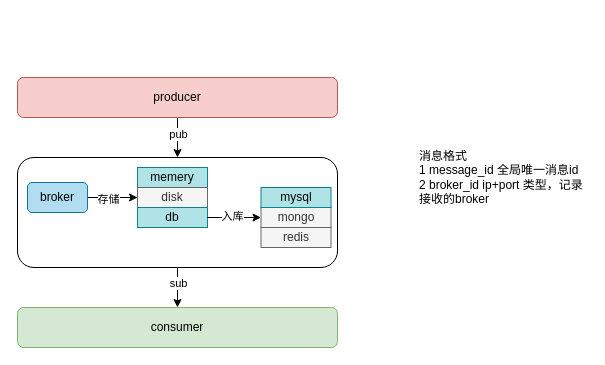
Earlier version of the draw.io diagram jihe/mq/ck-mq.drawio (oliverschen/draw.io). Source tidied: cells renumbered, new cells numbered last; positions are measured from the earlier drawing's top-left corner, leaving out a move shared by most shapes. Both pictures are drawn from the tidied source at 100%, with x=0, y=0 at pixel (17, 77).
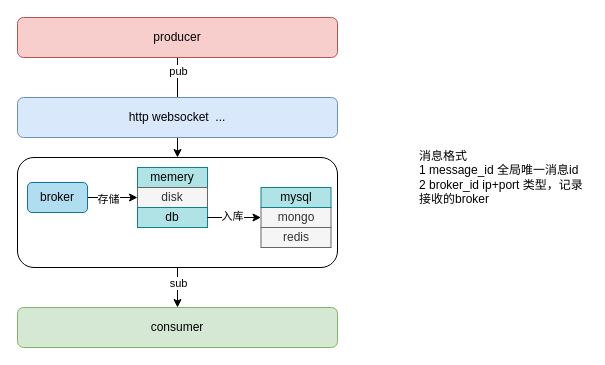
The same diagram, later.

Commit message:
添加网络信息

The change refers to these unchanged cells:
```xml
<mxCell id="6" style="edgeStyle=orthogonalEdgeStyle;rounded=0;jettySize=auto;html=1;" parent="1" edge="1" source="8" target="4">
  <mxGeometry relative="1" as="geometry" />
</mxCell>
```

The edit, as a diff of the source:
```diff
@@
     <mxCell id="7" value="pub" style="edgeLabel;html=1;align=center;verticalAlign=middle;" parent="6" vertex="1">
       <mxGeometry x="-0.29" y="1" relative="1" as="geometry">
-        <mxPoint x="-1" y="2" as="offset" />
+        <mxPoint x="-1" y="-23" as="offset" />
       </mxGeometry>
     </mxCell>
     <mxCell id="8" value="producer" style="rounded=1;whiteSpace=wrap;html=1;fillColor=#f8cecc;strokeColor=#b85450;" parent="1" vertex="1">
-      <mxGeometry width="320" height="40" as="geometry" />
+      <mxGeometry y="-60" width="320" height="40" as="geometry" />
     </mxCell>
@@
+    <mxCell id="23" value="http websocket&amp;nbsp; ..." style="rounded=1;whiteSpace=wrap;html=1;fillColor=#dae8fc;strokeColor=#6c8ebf;" parent="1" vertex="1">
+      <mxGeometry y="20" width="320" height="40" as="geometry" />
+    </mxCell>
```
